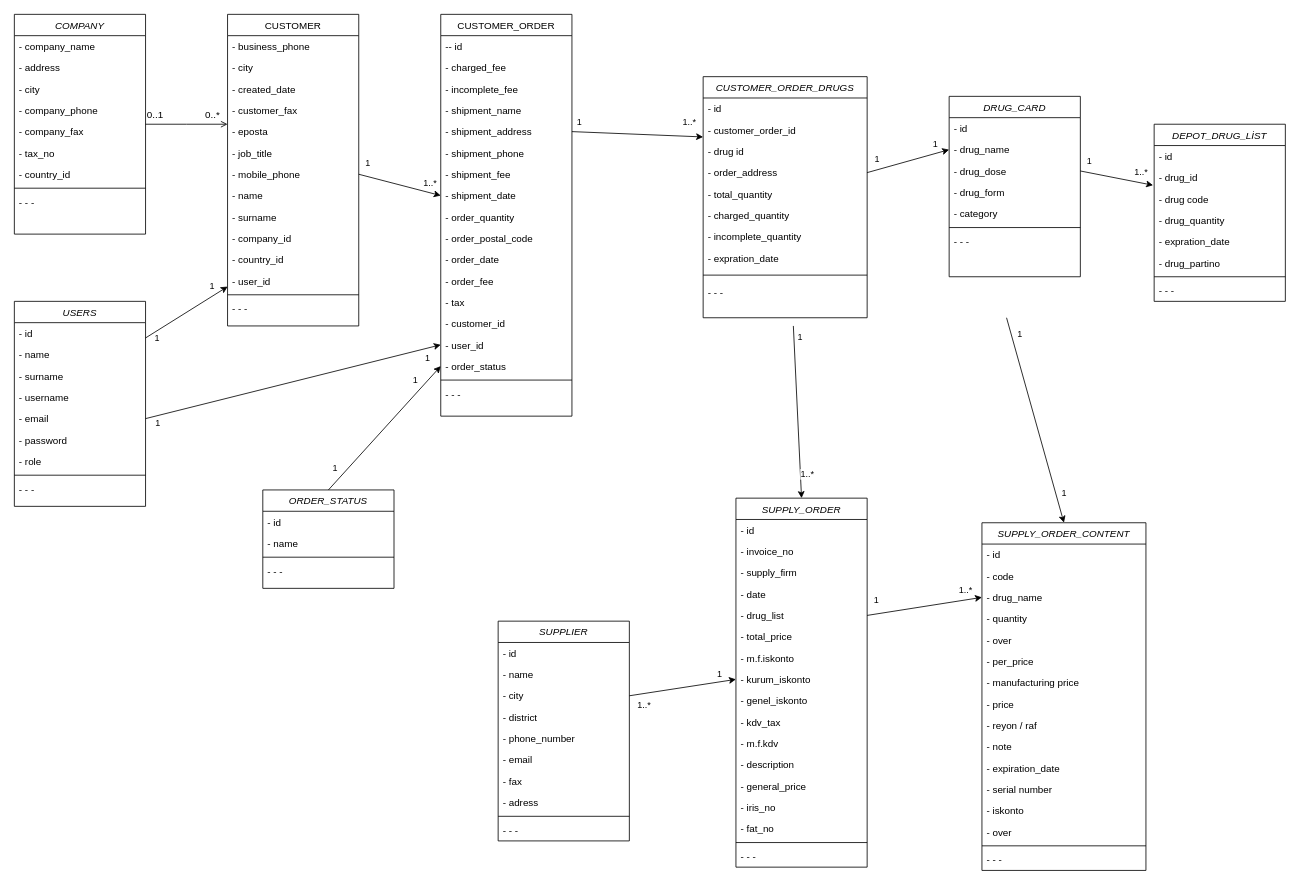
Before: Untitled Diagram.drawio in viacelal/diagram, a draw.io diagram. Source tidied: cells renumbered, new cells numbered last; positions are measured from the earlier drawing's top-left corner, leaving out a move shared by most shapes. Both pictures are drawn from the tidied source at 82%, with x=0, y=0 at pixel (14, 14).
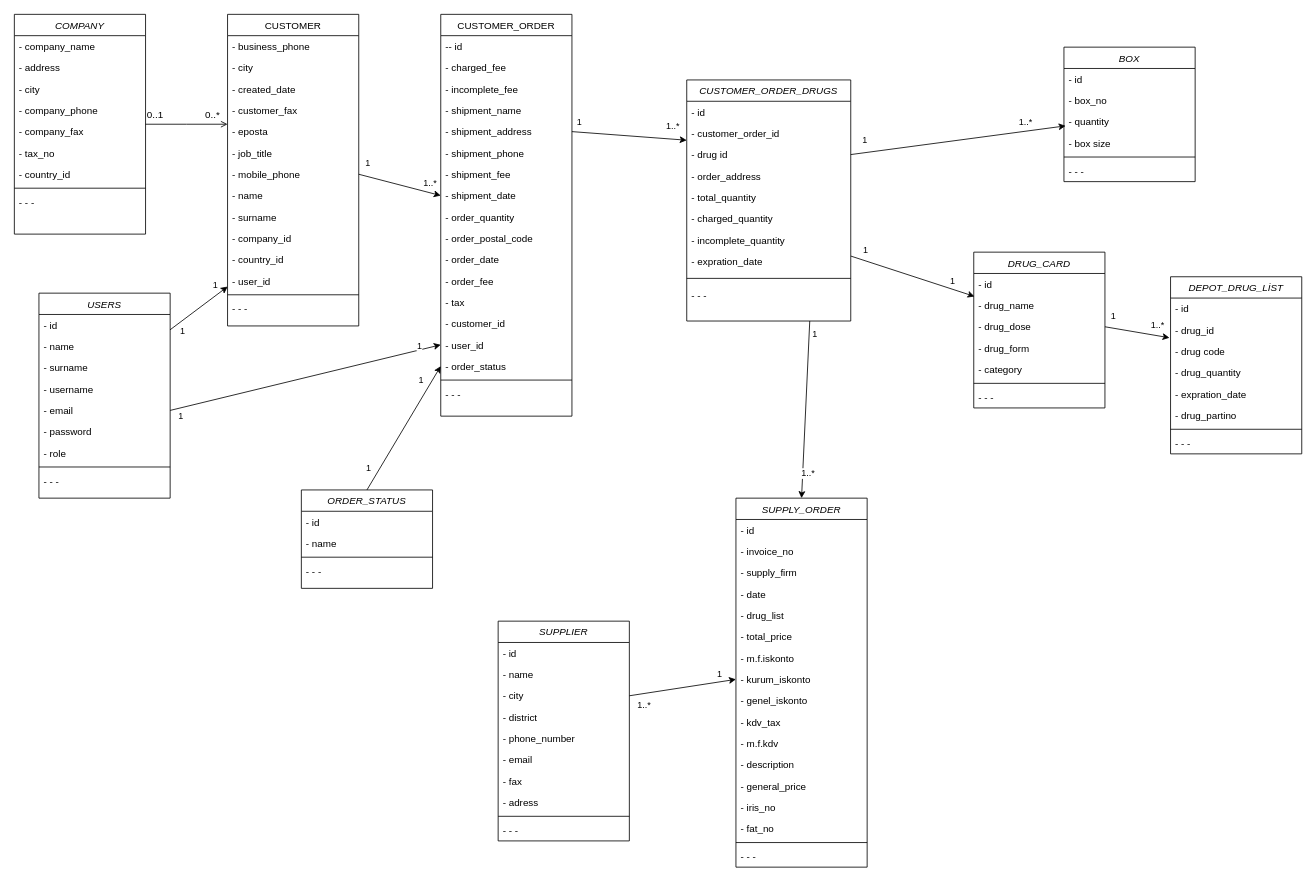
Above is the later version.

Unchanged cells that the change refers to:
```xml
<mxCell id="55" value="- drug id" style="text;align=left;verticalAlign=top;spacingLeft=4;spacingRight=4;overflow=hidden;points=[[0,0.5],[1,0.5]];portConstraint=eastwest;" parent="52" vertex="1">
  <mxGeometry y="78" width="200" height="26" as="geometry" />
</mxCell>
<mxCell id="56" value="- order_address" style="text;align=left;verticalAlign=top;spacingLeft=4;spacingRight=4;overflow=hidden;points=[[0,0.5],[1,0.5]];portConstraint=eastwest;" parent="52" vertex="1">
  <mxGeometry y="104" width="200" height="26" as="geometry" />
</mxCell>
<mxCell id="60" value="- expration_date" style="text;align=left;verticalAlign=top;spacingLeft=4;spacingRight=4;overflow=hidden;points=[[0,0.5],[1,0.5]];portConstraint=eastwest;" parent="52" vertex="1">
  <mxGeometry y="208" width="200" height="26" as="geometry" />
</mxCell>
<mxCell id="76" style="endArrow=classic;html=1;exitX=0.999;exitY=0.721;exitDx=0;exitDy=0;exitPerimeter=0;entryX=0.001;entryY=0.769;entryDx=0;entryDy=0;entryPerimeter=0;" parent="1" edge="1" source="67" target="24">
  <mxGeometry relative="1" as="geometry" />
</mxCell>
<mxCell id="79" style="endArrow=classic;html=1;entryX=0;entryY=0.5;entryDx=0;entryDy=0;exitX=1;exitY=0.5;exitDx=0;exitDy=0;" parent="1" edge="1" source="71" target="45">
  <mxGeometry relative="1" as="geometry" />
</mxCell>
<mxCell id="82" value="SUPPLY_ORDER" style="swimlane;fontStyle=2;align=center;verticalAlign=top;horizontal=1;startSize=26;rounded=0;shadow=0;strokeWidth=1;" parent="1" vertex="1">
  <mxGeometry x="880" y="590" width="160" height="450" as="geometry" />
</mxCell>
<mxCell id="87" value="- drug_list" style="text;align=left;verticalAlign=top;spacingLeft=4;spacingRight=4;overflow=hidden;points=[[0,0.5],[1,0.5]];portConstraint=eastwest;" parent="82" vertex="1">
  <mxGeometry y="130" width="160" height="26" as="geometry" />
</mxCell>
<mxCell id="133" value="- drug_id" style="text;align=left;verticalAlign=top;spacingLeft=4;spacingRight=4;overflow=hidden;points=[[0,0.5],[1,0.5]];portConstraint=eastwest;" parent="131" vertex="1">
  <mxGeometry y="52" width="160" height="26" as="geometry" />
</mxCell>
```

Change to the diagram source:
```diff
@@
     <mxCell id="52" value="CUSTOMER_ORDER_DRUGS" style="swimlane;fontStyle=2;align=center;verticalAlign=top;horizontal=1;startSize=26;rounded=0;shadow=0;strokeWidth=1;" parent="1" vertex="1">
-      <mxGeometry x="840" y="76" width="200" height="294" as="geometry" />
+      <mxGeometry x="820" y="80" width="200" height="294" as="geometry" />
     </mxCell>
@@
     <mxCell id="66" value="USERS" style="swimlane;fontStyle=2;align=center;verticalAlign=top;horizontal=1;startSize=26;rounded=0;shadow=0;strokeWidth=1;" parent="1" vertex="1">
-      <mxGeometry y="350" width="160" height="250" as="geometry" />
+      <mxGeometry x="30" y="340" width="160" height="250" as="geometry" />
     </mxCell>
@@
     <mxCell id="77" value="1" style="edgeLabel;html=1;align=center;verticalAlign=middle;" parent="76" vertex="1">
       <mxGeometry x="-0.77" relative="1" as="geometry">
-        <mxPoint x="2" y="7" as="offset" />
+        <mxPoint x="7" y="7" as="offset" />
       </mxGeometry>
     </mxCell>
@@
     <mxCell id="81" value="1" style="edgeLabel;html=1;align=center;verticalAlign=middle;" parent="79" vertex="1">
       <mxGeometry x="0.92" y="1" relative="1" as="geometry">
-        <mxPoint x="-2" y="13" as="offset" />
+        <mxPoint x="-13" y="-2" as="offset" />
       </mxGeometry>
     </mxCell>
@@
-    <mxCell id="100" value="SUPPLY_ORDER_CONTENT" style="swimlane;fontStyle=2;align=center;verticalAlign=top;horizontal=1;startSize=26;rounded=0;shadow=0;strokeWidth=1;" parent="1" vertex="1">
-      <mxGeometry x="1180" y="620" width="200" height="424" as="geometry" />
-    </mxCell>
-    <mxCell id="101" value="- id" style="text;align=left;verticalAlign=top;spacingLeft=4;spacingRight=4;overflow=hidden;points=[[0,0.5],[1,0.5]];portConstraint=eastwest;" parent="100" vertex="1">
-      <mxGeometry y="26" width="200" height="26" as="geometry" />
-    </mxCell>
-    <mxCell id="102" value="- code" style="text;align=left;verticalAlign=top;spacingLeft=4;spacingRight=4;overflow=hidden;" parent="100" vertex="1">
-      <mxGeometry y="52" width="200" height="26" as="geometry" />
-    </mxCell>
-    <mxCell id="103" value="- drug_name" style="text;align=left;verticalAlign=top;spacingLeft=4;spacingRight=4;overflow=hidden;points=[[0,0.5],[1,0.5]];portConstraint=eastwest;" parent="100" vertex="1">
-      <mxGeometry y="78" width="200" height="26" as="geometry" />
-    </mxCell>
-    <mxCell id="104" value="- quantity" style="text;align=left;verticalAlign=top;spacingLeft=4;spacingRight=4;overflow=hidden;" parent="100" vertex="1">
-      <mxGeometry y="104" width="200" height="26" as="geometry" />
-    </mxCell>
-    <mxCell id="105" value="- over" style="text;align=left;verticalAlign=top;spacingLeft=4;spacingRight=4;overflow=hidden;" parent="100" vertex="1">
-      <mxGeometry y="130" width="200" height="26" as="geometry" />
-    </mxCell>
-    <mxCell id="106" value="- per_price" style="text;align=left;verticalAlign=top;spacingLeft=4;spacingRight=4;overflow=hidden;" parent="100" vertex="1">
-      <mxGeometry y="156" width="200" height="26" as="geometry" />
-    </mxCell>
-    <mxCell id="107" value="- manufacturing price" style="text;align=left;verticalAlign=top;spacingLeft=4;spacingRight=4;overflow=hidden;" parent="100" vertex="1">
-      <mxGeometry y="182" width="200" height="26" as="geometry" />
-    </mxCell>
-    <mxCell id="108" value="- price" style="text;align=left;verticalAlign=top;spacingLeft=4;spacingRight=4;overflow=hidden;" parent="100" vertex="1">
-      <mxGeometry y="208" width="200" height="26" as="geometry" />
-    </mxCell>
-    <mxCell id="109" value="- reyon / raf" style="text;align=left;verticalAlign=top;spacingLeft=4;spacingRight=4;overflow=hidden;" parent="100" vertex="1">
-      <mxGeometry y="234" width="200" height="26" as="geometry" />
-    </mxCell>
-    <mxCell id="110" value="- note" style="text;align=left;verticalAlign=top;spacingLeft=4;spacingRight=4;overflow=hidden;" parent="100" vertex="1">
-      <mxGeometry y="260" width="200" height="26" as="geometry" />
-    </mxCell>
-    <mxCell id="111" value="- expiration_date" style="text;align=left;verticalAlign=top;spacingLeft=4;spacingRight=4;overflow=hidden;" parent="100" vertex="1">
-      <mxGeometry y="286" width="200" height="26" as="geometry" />
-    </mxCell>
-    <mxCell id="112" value="- serial number" style="text;align=left;verticalAlign=top;spacingLeft=4;spacingRight=4;overflow=hidden;" parent="100" vertex="1">
-      <mxGeometry y="312" width="200" height="26" as="geometry" />
-    </mxCell>
-    <mxCell id="113" value="- iskonto" style="text;align=left;verticalAlign=top;spacingLeft=4;spacingRight=4;overflow=hidden;" parent="100" vertex="1">
-      <mxGeometry y="338" width="200" height="26" as="geometry" />
-    </mxCell>
-    <mxCell id="114" value="- over" style="text;align=left;verticalAlign=top;spacingLeft=4;spacingRight=4;overflow=hidden;" parent="100" vertex="1">
-      <mxGeometry y="364" width="200" height="26" as="geometry" />
-    </mxCell>
-    <mxCell id="115" style="line;html=1;strokeWidth=1;align=left;verticalAlign=middle;spacingTop=-1;spacingLeft=3;spacingRight=3;labelPosition=right;" parent="100" vertex="1">
-      <mxGeometry y="390" width="200" height="8" as="geometry" />
-    </mxCell>
-    <mxCell id="116" value="- - -" style="text;align=left;verticalAlign=top;spacingLeft=4;spacingRight=4;overflow=hidden;" parent="100" vertex="1">
-      <mxGeometry y="398" width="200" height="26" as="geometry" />
-    </mxCell>
-    <mxCell id="117" style="endArrow=classic;html=1;entryX=0;entryY=0.5;entryDx=0;entryDy=0;exitX=1;exitY=0.5;exitDx=0;exitDy=0;" parent="1" edge="1" source="87" target="103">
-      <mxGeometry relative="1" as="geometry" />
-    </mxCell>
-    <mxCell id="118" value="1" style="edgeLabel;html=1;align=center;verticalAlign=middle;" parent="117" vertex="1">
-      <mxGeometry x="-0.86" y="-3" relative="1" as="geometry">
-        <mxPoint y="-21.2" as="offset" />
-      </mxGeometry>
-    </mxCell>
-    <mxCell id="119" value="1..*" style="edgeLabel;html=1;align=center;verticalAlign=middle;" parent="117" vertex="1">
-      <mxGeometry x="0.76" y="1" relative="1" as="geometry">
-        <mxPoint x="-4" y="-11" as="offset" />
-      </mxGeometry>
-    </mxCell>
@@
-    <mxCell id="123" value="DRUG_CARD" style="swimlane;fontStyle=2;align=center;verticalAlign=top;horizontal=1;startSize=26;rounded=0;shadow=0;strokeWidth=1;" parent="1" vertex="1">
-      <mxGeometry x="1140" y="100" width="160" height="220" as="geometry" />
+    <mxCell id="123" value="BOX" style="swimlane;fontStyle=2;align=center;verticalAlign=top;horizontal=1;startSize=26;rounded=0;shadow=0;strokeWidth=1;" parent="1" vertex="1">
+      <mxGeometry x="1280" y="40" width="160" height="164" as="geometry" />
     </mxCell>
@@
-    <mxCell id="125" value="- drug_name" style="text;align=left;verticalAlign=top;spacingLeft=4;spacingRight=4;overflow=hidden;points=[[0,0.5],[1,0.5]];portConstraint=eastwest;" parent="123" vertex="1">
+    <mxCell id="125" value="- box_no" style="text;align=left;verticalAlign=top;spacingLeft=4;spacingRight=4;overflow=hidden;points=[[0,0.5],[1,0.5]];portConstraint=eastwest;" parent="123" vertex="1">
       <mxGeometry y="52" width="160" height="26" as="geometry" />
     </mxCell>
-    <mxCell id="126" value="- drug_dose" style="text;align=left;verticalAlign=top;spacingLeft=4;spacingRight=4;overflow=hidden;" parent="123" vertex="1">
+    <mxCell id="126" value="- quantity" style="text;align=left;verticalAlign=top;spacingLeft=4;spacingRight=4;overflow=hidden;" parent="123" vertex="1">
       <mxGeometry y="78" width="160" height="26" as="geometry" />
     </mxCell>
-    <mxCell id="127" value="- drug_form" style="text;align=left;verticalAlign=top;spacingLeft=4;spacingRight=4;overflow=hidden;" parent="123" vertex="1">
-      <mxGeometry y="104" width="160" height="26" as="geometry" />
-    </mxCell>
-    <mxCell id="128" value="- category" style="text;align=left;verticalAlign=top;spacingLeft=4;spacingRight=4;overflow=hidden;" parent="123" vertex="1">
-      <mxGeometry y="130" width="160" height="26" as="geometry" />
-    </mxCell>
+    <mxCell id="171" value="- box size" style="text;align=left;verticalAlign=top;spacingLeft=4;spacingRight=4;overflow=hidden;points=[[0,0.5],[1,0.5]];portConstraint=eastwest;" parent="123" vertex="1">
+      <mxGeometry y="104" width="160" height="26" as="geometry" />
+    </mxCell>
     <mxCell id="129" style="line;html=1;strokeWidth=1;align=left;verticalAlign=middle;spacingTop=-1;spacingLeft=3;spacingRight=3;labelPosition=right;" parent="123" vertex="1">
-      <mxGeometry y="156" width="160" height="8" as="geometry" />
+      <mxGeometry y="130" width="160" height="8" as="geometry" />
     </mxCell>
     <mxCell id="130" value="- - -" style="text;align=left;verticalAlign=top;spacingLeft=4;spacingRight=4;overflow=hidden;" parent="123" vertex="1">
-      <mxGeometry y="164" width="160" height="26" as="geometry" />
+      <mxGeometry y="138" width="160" height="26" as="geometry" />
     </mxCell>
     <mxCell id="131" value="DEPOT_DRUG_LİST" style="swimlane;fontStyle=2;align=center;verticalAlign=top;horizontal=1;startSize=26;rounded=0;shadow=0;strokeWidth=1;" parent="1" vertex="1">
-      <mxGeometry x="1390" y="134" width="160" height="216" as="geometry" />
+      <mxGeometry x="1410" y="320" width="160" height="216" as="geometry" />
     </mxCell>
@@
-    <mxCell id="140" style="endArrow=classic;html=1;exitX=1;exitY=0.5;exitDx=0;exitDy=0;entryX=-0.008;entryY=0.862;entryDx=0;entryDy=0;entryPerimeter=0;" parent="1" edge="1" target="133">
-      <mxGeometry relative="1" as="geometry">
-        <mxPoint x="1300" y="191" as="sourcePoint" />
-      </mxGeometry>
+    <mxCell id="140" style="endArrow=classic;html=1;exitX=1;exitY=0.5;exitDx=0;exitDy=0;entryX=-0.008;entryY=0.862;entryDx=0;entryDy=0;entryPerimeter=0;" parent="1" edge="1" source="173" target="133">
+      <mxGeometry relative="1" as="geometry" />
     </mxCell>
@@
-    <mxCell id="154" style="endArrow=classic;html=1;entryX=0;entryY=0.5;entryDx=0;entryDy=0;exitX=1;exitY=0.5;exitDx=0;exitDy=0;" parent="1" edge="1" source="56" target="125">
+    <mxCell id="154" style="endArrow=classic;html=1;entryX=0.006;entryY=1.077;entryDx=0;entryDy=0;entryPerimeter=0;exitX=1.001;exitY=0.262;exitDx=0;exitDy=0;exitPerimeter=0;" parent="1" edge="1" source="60" target="101">
       <mxGeometry relative="1" as="geometry" />
     </mxCell>
@@
-    <mxCell id="157" style="endArrow=classic;html=1;entryX=0.5;entryY=0;entryDx=0;entryDy=0;" parent="1" edge="1" target="82">
-      <mxGeometry relative="1" as="geometry">
-        <mxPoint x="950" y="380" as="sourcePoint" />
-      </mxGeometry>
+    <mxCell id="157" style="endArrow=classic;html=1;entryX=0.5;entryY=0;entryDx=0;entryDy=0;exitX=0.75;exitY=1;exitDx=0;exitDy=0;" parent="1" edge="1" source="52" target="82">
+      <mxGeometry relative="1" as="geometry" />
     </mxCell>
@@
-    <mxCell id="160" style="endArrow=classic;html=1;entryX=0.5;entryY=0;entryDx=0;entryDy=0;" parent="1" edge="1" target="100">
-      <mxGeometry relative="1" as="geometry">
-        <mxPoint x="1210" y="370" as="sourcePoint" />
-      </mxGeometry>
-    </mxCell>
-    <mxCell id="161" value="1" style="edgeLabel;html=1;align=center;verticalAlign=middle;" parent="160" vertex="1">
-      <mxGeometry x="-0.85" y="1" relative="1" as="geometry">
-        <mxPoint x="9" y="1" as="offset" />
-      </mxGeometry>
-    </mxCell>
-    <mxCell id="162" value="1" style="edgeLabel;html=1;align=center;verticalAlign=middle;" parent="160" vertex="1">
-      <mxGeometry x="0.7" y="-1" relative="1" as="geometry">
-        <mxPoint x="11" as="offset" />
-      </mxGeometry>
-    </mxCell>
     <mxCell id="163" value="ORDER_STATUS" style="swimlane;fontStyle=2;align=center;verticalAlign=top;horizontal=1;startSize=26;rounded=0;shadow=0;strokeWidth=1;" parent="1" vertex="1">
-      <mxGeometry x="303" y="580" width="160" height="120" as="geometry" />
+      <mxGeometry x="350" y="580" width="160" height="120" as="geometry" />
     </mxCell>
@@
+    <mxCell id="172" value="DRUG_CARD" style="swimlane;fontStyle=2;align=center;verticalAlign=top;horizontal=1;startSize=26;rounded=0;shadow=0;strokeWidth=1;" parent="1" vertex="1">
+      <mxGeometry x="1170" y="290" width="160" height="190" as="geometry" />
+    </mxCell>
+    <mxCell id="101" value="- id" style="text;align=left;verticalAlign=top;spacingLeft=4;spacingRight=4;overflow=hidden;points=[[0,0.5],[1,0.5]];portConstraint=eastwest;" parent="172" vertex="1">
+      <mxGeometry y="26" width="160" height="26" as="geometry" />
+    </mxCell>
+    <mxCell id="103" value="- drug_name" style="text;align=left;verticalAlign=top;spacingLeft=4;spacingRight=4;overflow=hidden;points=[[0,0.5],[1,0.5]];portConstraint=eastwest;" parent="172" vertex="1">
+      <mxGeometry y="52" width="160" height="26" as="geometry" />
+    </mxCell>
+    <mxCell id="173" value="- drug_dose" style="text;align=left;verticalAlign=top;spacingLeft=4;spacingRight=4;overflow=hidden;points=[[0,0.5],[1,0.5]];portConstraint=eastwest;" parent="172" vertex="1">
+      <mxGeometry y="78" width="160" height="26" as="geometry" />
+    </mxCell>
+    <mxCell id="127" value="- drug_form" style="text;align=left;verticalAlign=top;spacingLeft=4;spacingRight=4;overflow=hidden;" parent="172" vertex="1">
+      <mxGeometry y="104" width="160" height="26" as="geometry" />
+    </mxCell>
+    <mxCell id="128" value="- category" style="text;align=left;verticalAlign=top;spacingLeft=4;spacingRight=4;overflow=hidden;" parent="172" vertex="1">
+      <mxGeometry y="130" width="160" height="26" as="geometry" />
+    </mxCell>
+    <mxCell id="174" style="line;html=1;strokeWidth=1;align=left;verticalAlign=middle;spacingTop=-1;spacingLeft=3;spacingRight=3;labelPosition=right;" parent="172" vertex="1">
+      <mxGeometry y="156" width="160" height="8" as="geometry" />
+    </mxCell>
+    <mxCell id="116" value="- - -" style="text;align=left;verticalAlign=top;spacingLeft=4;spacingRight=4;overflow=hidden;" parent="172" vertex="1">
+      <mxGeometry y="164" width="160" height="26" as="geometry" />
+    </mxCell>
+    <mxCell id="175" style="endArrow=classic;html=1;exitX=1;exitY=0.5;exitDx=0;exitDy=0;entryX=0.013;entryY=-0.308;entryDx=0;entryDy=0;entryPerimeter=0;" parent="1" edge="1" source="55" target="171">
+      <mxGeometry relative="1" as="geometry" />
+    </mxCell>
+    <mxCell id="119" value="1..*" style="edgeLabel;html=1;align=center;verticalAlign=middle;" parent="175" vertex="1">
+      <mxGeometry x="0.76" y="1" relative="1" as="geometry">
+        <mxPoint x="-18" y="-9" as="offset" />
+      </mxGeometry>
+    </mxCell>
+    <mxCell id="176" value="1" style="edgeLabel;html=1;align=center;verticalAlign=middle;" parent="175" vertex="1">
+      <mxGeometry x="-0.84" y="-1" relative="1" as="geometry">
+        <mxPoint x="-4" y="-17" as="offset" />
+      </mxGeometry>
+    </mxCell>
```
